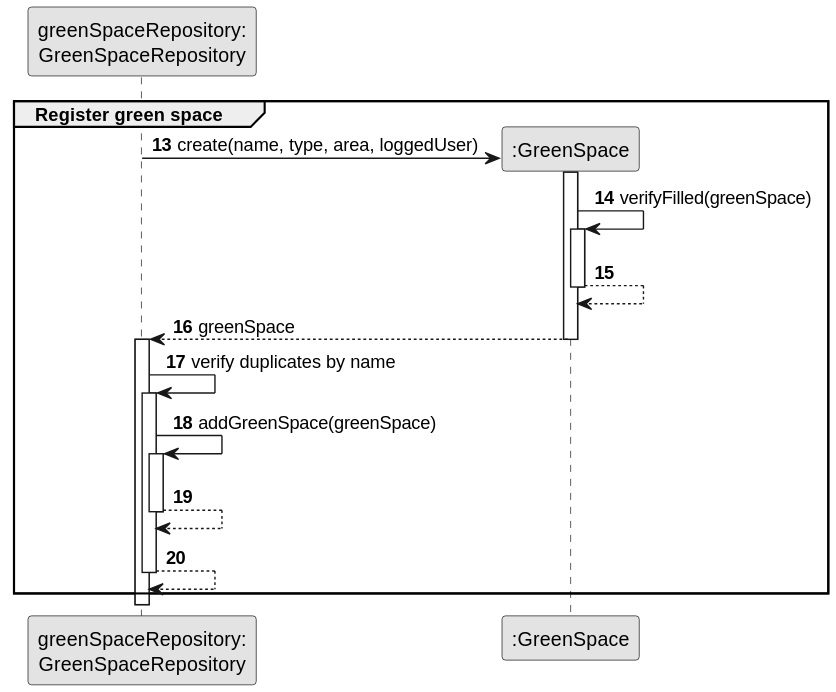
This is docs/sprintC/us020/03.design/svg/us020-sequence-diagram-partial-register-green-space.svg from ricardomm7/leaflink, a PlantUML export, as it was before one commit.
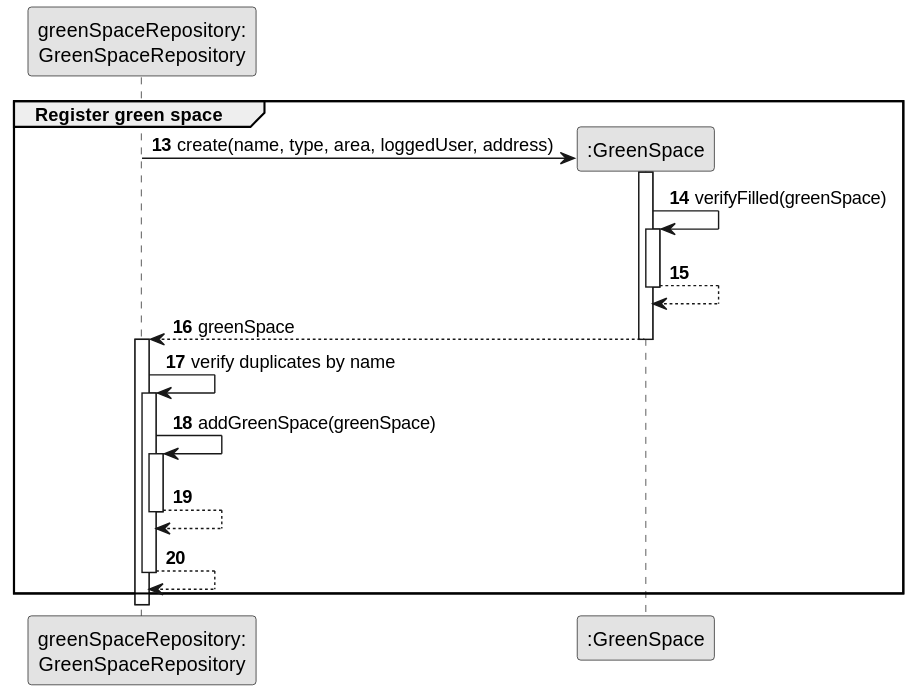
After the change.

Commit message:
Address variable added when registering a green space. #124

Diff of the diagram source:
```diff
@@ -17,7 +17,7 @@
     group Register green space
 
 
-gsrepo -> GS** : create(name, type, area, loggedUser)
+gsrepo -> GS** : create(name, type, area, loggedUser, address)
 
 activate GS
 GS -> GS : verifyFilled(greenSpace)
```
